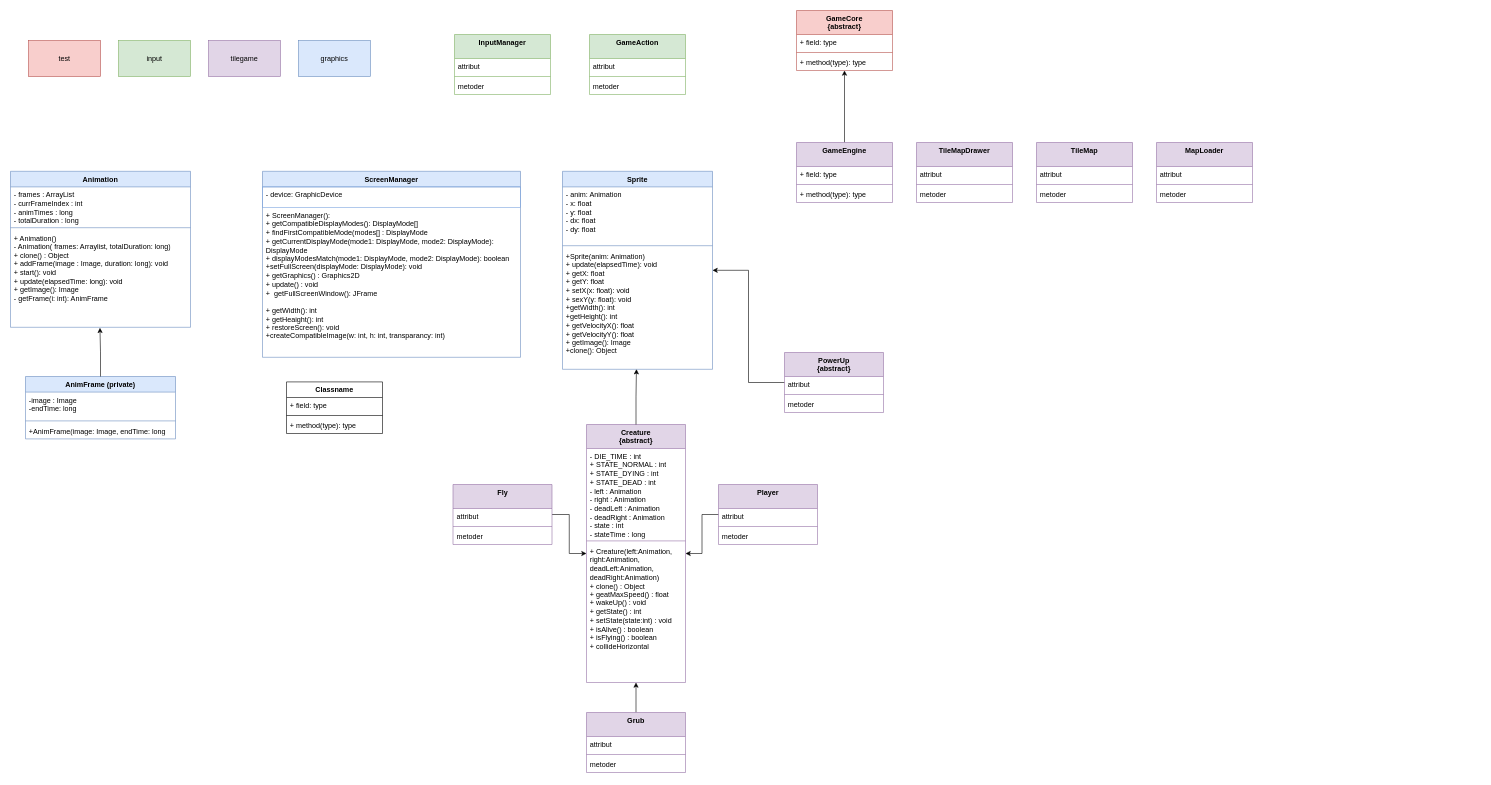
Before: 2D SMURFIO GAME UML.drawio in fritjofbakken/Super-Mario-Java-2D-Game, a draw.io diagram. Source tidied: cells renumbered, new cells numbered last; positions are measured from the earlier drawing's top-left corner, leaving out a move shared by most shapes. Both pictures are drawn from the tidied source at 60%, with x=0, y=0 at pixel (10, 10).
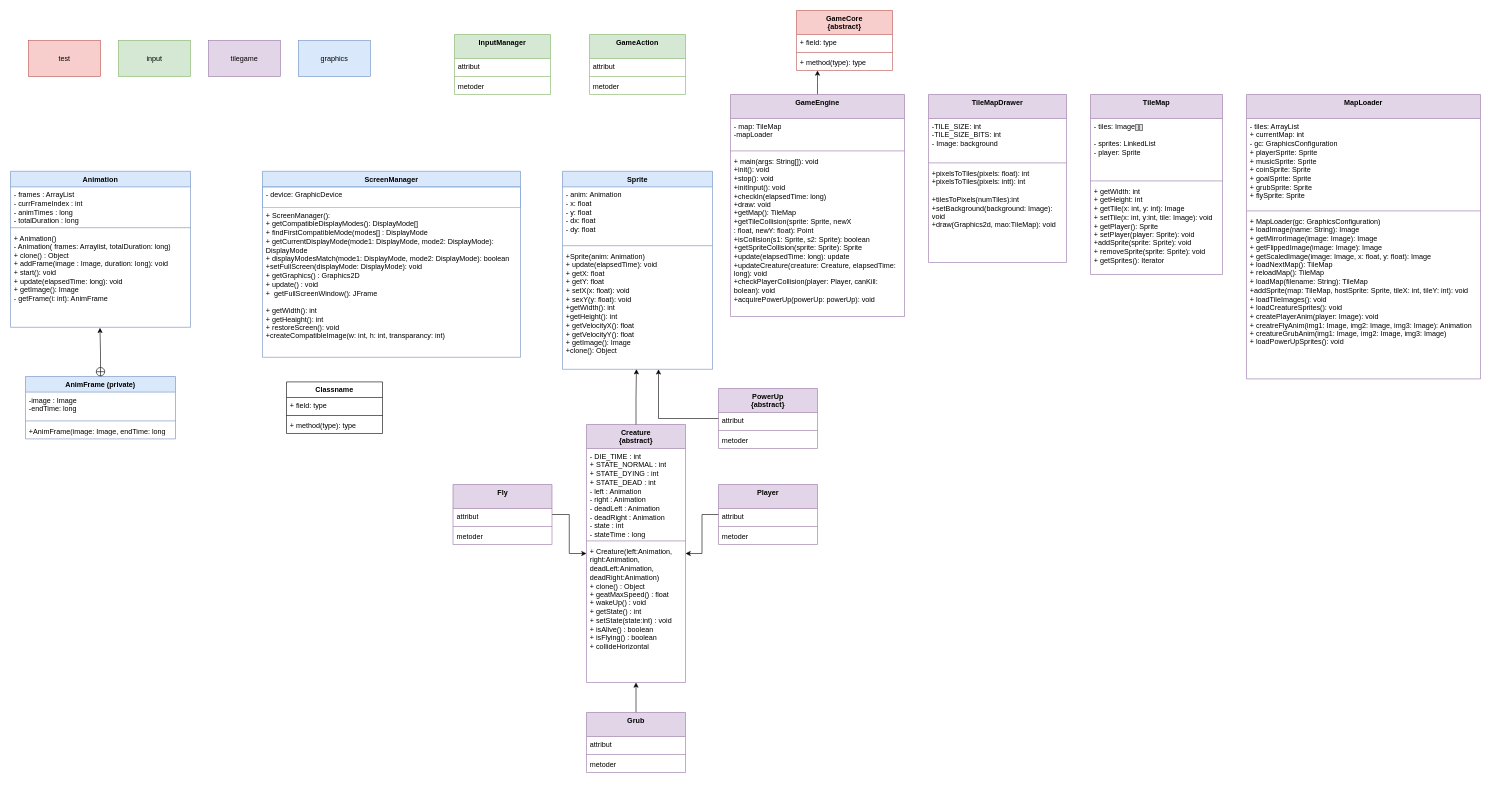
Above is the later version.

Unchanged cells that the change refers to:
```xml
<mxCell id="7" value="&lt;div&gt;GameCore&lt;/div&gt;&lt;div&gt;{abstract}&lt;br&gt;&lt;/div&gt;" style="swimlane;fontStyle=1;align=center;verticalAlign=top;horizontal=1;startSize=40;whiteSpace=wrap;html=1;fillColor=#f8cecc;strokeColor=#b85450;" parent="1" vertex="1">
  <mxGeometry x="1310" width="160" height="100" as="geometry" />
</mxCell>
<mxCell id="14" value="&lt;div&gt;+ Animation()&lt;/div&gt;&lt;div&gt;- Animation( frames: Arraylist, totalDuration: long)&lt;/div&gt;&lt;div&gt;+ clone() : Object&lt;/div&gt;&lt;div&gt;+ addFrame(image : Image, duration: long): void&lt;/div&gt;&lt;div&gt;+ start(): void&lt;/div&gt;&lt;div&gt;+ update(elapsedTime: long): void&lt;br&gt;&lt;/div&gt;&lt;div&gt;+ getImage(): Image&lt;/div&gt;&lt;div&gt;- getFrame(i: int): AnimFrame&lt;br&gt;&lt;/div&gt;&lt;div&gt;&lt;br&gt;&lt;/div&gt;&lt;div&gt;&lt;br&gt;&lt;/div&gt;&lt;div&gt;&lt;br&gt;&lt;/div&gt;" style="text;strokeColor=none;fillColor=none;align=left;verticalAlign=top;spacingLeft=4;spacingRight=4;overflow=hidden;points=[[0,0.5],[1,0.5]];portConstraint=eastwest;whiteSpace=wrap;html=1;" parent="11" vertex="1">
  <mxGeometry y="98" width="300" height="162" as="geometry" />
</mxCell>
<mxCell id="15" value="AnimFrame (private)" style="swimlane;fontStyle=1;align=center;verticalAlign=top;horizontal=1;startSize=26;whiteSpace=wrap;html=1;fillColor=#dae8fc;strokeColor=#6c8ebf;" parent="1" vertex="1">
  <mxGeometry x="25" y="610" width="250" height="104" as="geometry" />
</mxCell>
<mxCell id="23" value="Sprite" style="swimlane;fontStyle=1;align=center;verticalAlign=top;horizontal=1;startSize=26;whiteSpace=wrap;html=1;fillColor=#dae8fc;strokeColor=#6c8ebf;" parent="1" vertex="1">
  <mxGeometry x="920" y="268" width="250" height="330" as="geometry" />
</mxCell>
```

The edit, as a diff of the source:
```diff
@@
     <mxCell id="2" style="edgeStyle=orthogonalEdgeStyle;rounded=0;jettySize=auto;html=1;strokeColor=default;" parent="1" edge="1" source="3" target="7">
-      <mxGeometry relative="1" as="geometry" />
+      <mxGeometry relative="1" as="geometry">
+        <Array as="points">
+          <mxPoint x="1345" y="120" />
+          <mxPoint x="1345" y="120" />
+        </Array>
+      </mxGeometry>
     </mxCell>
     <mxCell id="3" value="GameEngine" style="swimlane;fontStyle=1;align=center;verticalAlign=top;horizontal=1;startSize=40;whiteSpace=wrap;html=1;fillColor=#e1d5e7;strokeColor=#9673a6;" parent="1" vertex="1">
-      <mxGeometry x="1310" y="220" width="160" height="100" as="geometry" />
+      <mxGeometry x="1200" y="140" width="290" height="370" as="geometry" />
     </mxCell>
-    <mxCell id="4" value="+ field: type" style="text;strokeColor=none;fillColor=none;align=left;verticalAlign=top;spacingLeft=4;spacingRight=4;overflow=hidden;whiteSpace=wrap;html=1;" parent="3" vertex="1">
-      <mxGeometry y="40" width="160" height="26" as="geometry" />
+    <mxCell id="4" value="&lt;div&gt;- map: TileMap&lt;/div&gt;-mapLoader" style="text;strokeColor=none;fillColor=none;align=left;verticalAlign=top;spacingLeft=4;spacingRight=4;overflow=hidden;whiteSpace=wrap;html=1;" parent="3" vertex="1">
+      <mxGeometry y="40" width="290" height="50" as="geometry" />
     </mxCell>
     <mxCell id="5" style="line;strokeWidth=1;fillColor=none;align=left;verticalAlign=middle;spacingTop=-1;spacingLeft=3;spacingRight=3;labelPosition=right;strokeColor=inherit;" parent="3" vertex="1">
-      <mxGeometry y="66" width="160" height="8" as="geometry" />
+      <mxGeometry y="90" width="290" height="8" as="geometry" />
     </mxCell>
-    <mxCell id="6" value="+ method(type): type" style="text;strokeColor=none;fillColor=none;align=left;verticalAlign=top;spacingLeft=4;spacingRight=4;overflow=hidden;whiteSpace=wrap;html=1;" parent="3" vertex="1">
-      <mxGeometry y="74" width="160" height="26" as="geometry" />
+    <mxCell id="6" value="&lt;div&gt;+ main(args: String[]): void&lt;br&gt;&lt;/div&gt;&lt;div&gt;+init(): void&lt;/div&gt;&lt;div&gt;+stop(): void&lt;/div&gt;&lt;div&gt;+initInput(): void&lt;/div&gt;&lt;div&gt;+checkIn(elapsedTime: long)&lt;/div&gt;&lt;div&gt;+draw: void&lt;/div&gt;&lt;div&gt;+getMap(): TileMap&lt;/div&gt;&lt;div&gt;+getTileCollision(sprite: Sprite, newX&lt;br&gt;&lt;/div&gt;&lt;div&gt;: float, newY: float): Point&lt;/div&gt;&lt;div&gt;+isCollision(s1: Sprite, s2: Sprite): boolean&lt;/div&gt;&lt;div&gt;+getSpriteCollision(sprite: Sprite): Sprite&lt;/div&gt;&lt;div&gt;+update(elapsedTime: long): update&lt;/div&gt;&lt;div&gt;+updateCreature(creature: Creature, elapsedTime: long): void&lt;br&gt;&lt;/div&gt;&lt;div&gt;+checkPlayerCollision(player: Player, canKill: bolean): void&lt;br&gt;&lt;/div&gt;+acquirePowerUp(powerUp: powerUp): void" style="text;strokeColor=none;fillColor=none;align=left;verticalAlign=top;spacingLeft=4;spacingRight=4;overflow=hidden;whiteSpace=wrap;html=1;" parent="3" vertex="1">
+      <mxGeometry y="98" width="290" height="272" as="geometry" />
     </mxCell>
@@
-    <mxCell id="19" style="edgeStyle=orthogonalEdgeStyle;rounded=0;jettySize=auto;html=1;entryX=0.497;entryY=1.005;entryDx=0;entryDy=0;entryPerimeter=0;" parent="1" edge="1" source="15" target="14">
+    <mxCell id="19" style="edgeStyle=orthogonalEdgeStyle;rounded=0;jettySize=auto;html=1;entryX=0.497;entryY=1.005;entryDx=0;entryDy=0;entryPerimeter=0;startArrow=circlePlus;startFill=0;" parent="1" edge="1" source="15" target="14">
       <mxGeometry relative="1" as="geometry" />
     </mxCell>
@@
     <mxCell id="27" value="MapLoader" style="swimlane;fontStyle=1;align=center;verticalAlign=top;horizontal=1;startSize=40;whiteSpace=wrap;html=1;fillColor=#e1d5e7;strokeColor=#9673a6;" parent="1" vertex="1">
-      <mxGeometry x="1910" y="220" width="160" height="100" as="geometry" />
+      <mxGeometry x="2060" y="140" width="390" height="474" as="geometry" />
     </mxCell>
-    <mxCell id="28" value="attribut" style="text;strokeColor=none;fillColor=none;align=left;verticalAlign=top;spacingLeft=4;spacingRight=4;overflow=hidden;whiteSpace=wrap;html=1;" parent="27" vertex="1">
-      <mxGeometry y="40" width="160" height="26" as="geometry" />
+    <mxCell id="28" value="&lt;div&gt;- tiles: ArrayList&lt;/div&gt;&lt;div&gt;+ currentMap: int&lt;/div&gt;&lt;div&gt;- gc: GraphicsConfiguration&lt;/div&gt;&lt;div&gt;+ playerSprite: Sprite&lt;/div&gt;&lt;div&gt;+ musicSprite: Sprite&lt;/div&gt;&lt;div&gt;+ coinSprite: Sprite&lt;/div&gt;&lt;div&gt;+ goalSprite: Sprite&lt;/div&gt;&lt;div&gt;+ grubSprite: Sprite&lt;/div&gt;&lt;div&gt;+ flySprite: Sprite&lt;/div&gt;" style="text;strokeColor=none;fillColor=none;align=left;verticalAlign=top;spacingLeft=4;spacingRight=4;overflow=hidden;whiteSpace=wrap;html=1;" parent="27" vertex="1">
+      <mxGeometry y="40" width="390" height="150" as="geometry" />
     </mxCell>
     <mxCell id="29" style="line;strokeWidth=1;fillColor=none;align=left;verticalAlign=middle;spacingTop=-1;spacingLeft=3;spacingRight=3;labelPosition=right;strokeColor=inherit;" parent="27" vertex="1">
-      <mxGeometry y="66" width="160" height="8" as="geometry" />
+      <mxGeometry y="190" width="390" height="8" as="geometry" />
     </mxCell>
-    <mxCell id="30" value="metoder" style="text;strokeColor=none;fillColor=none;align=left;verticalAlign=top;spacingLeft=4;spacingRight=4;overflow=hidden;whiteSpace=wrap;html=1;" parent="27" vertex="1">
-      <mxGeometry y="74" width="160" height="26" as="geometry" />
+    <mxCell id="30" value="&lt;div&gt;+ MapLoader(gc: GraphicsConfiguration)&lt;/div&gt;&lt;div&gt;+ loadImage(name: String): Image&lt;br&gt;&lt;/div&gt;&lt;div&gt;+ getMirrorImage(image: Image): Image&lt;br&gt;&lt;/div&gt;&lt;div&gt;+ getFlippedImage(image: Image): Image&lt;/div&gt;&lt;div&gt;+ getScaledImage(image: Image, x: float, y: float): Image&lt;/div&gt;&lt;div&gt;+ loadNextMap(): TileMap&lt;/div&gt;&lt;div&gt;+ reloadMap(): TileMap&lt;/div&gt;&lt;div&gt;+ loadMap(filename: String): TileMap&lt;/div&gt;&lt;div&gt;+addSprite(map: TileMap, hostSprite: Sprite, tileX: int, tileY: int): void&lt;/div&gt;&lt;div&gt;+ loadTileImages(): void&lt;/div&gt;&lt;div&gt;+ loadCreatureSprites(): void&lt;/div&gt;&lt;div&gt;+ createPlayerAnim(player: Image): void&lt;/div&gt;&lt;div&gt;+ creatreFlyAnim(img1: Image, img2: Image, img3: Image): Animation&lt;br&gt;&lt;/div&gt;&lt;div&gt;+ creatureGrubAnim(img1: Image, img2: Image, img3: Image)&lt;br&gt;&lt;/div&gt;&lt;div&gt;+ loadPowerUpSprites(): void&lt;br&gt;&lt;/div&gt;" style="text;strokeColor=none;fillColor=none;align=left;verticalAlign=top;spacingLeft=4;spacingRight=4;overflow=hidden;whiteSpace=wrap;html=1;" parent="27" vertex="1">
+      <mxGeometry y="198" width="390" height="276" as="geometry" />
     </mxCell>
     <mxCell id="31" value="TileMap" style="swimlane;fontStyle=1;align=center;verticalAlign=top;horizontal=1;startSize=40;whiteSpace=wrap;html=1;fillColor=#e1d5e7;strokeColor=#9673a6;" parent="1" vertex="1">
-      <mxGeometry x="1710" y="220" width="160" height="100" as="geometry" />
+      <mxGeometry x="1800" y="140" width="220" height="300" as="geometry" />
     </mxCell>
-    <mxCell id="32" value="attribut" style="text;strokeColor=none;fillColor=none;align=left;verticalAlign=top;spacingLeft=4;spacingRight=4;overflow=hidden;whiteSpace=wrap;html=1;" parent="31" vertex="1">
-      <mxGeometry y="40" width="160" height="26" as="geometry" />
+    <mxCell id="32" value="&lt;div&gt;- tiles: Image[][]&lt;/div&gt;&lt;div&gt;&lt;br&gt; &lt;/div&gt;&lt;div&gt;- sprites: LinkedList&lt;br&gt;&lt;/div&gt;&lt;div&gt;- player: Sprite&lt;/div&gt;&lt;div&gt;&lt;br&gt;&lt;/div&gt;" style="text;strokeColor=none;fillColor=none;align=left;verticalAlign=top;spacingLeft=4;spacingRight=4;overflow=hidden;whiteSpace=wrap;html=1;" parent="31" vertex="1">
+      <mxGeometry y="40" width="220" height="100" as="geometry" />
     </mxCell>
     <mxCell id="33" style="line;strokeWidth=1;fillColor=none;align=left;verticalAlign=middle;spacingTop=-1;spacingLeft=3;spacingRight=3;labelPosition=right;strokeColor=inherit;" parent="31" vertex="1">
-      <mxGeometry y="66" width="160" height="8" as="geometry" />
+      <mxGeometry y="140" width="220" height="8" as="geometry" />
     </mxCell>
-    <mxCell id="34" value="metoder" style="text;strokeColor=none;fillColor=none;align=left;verticalAlign=top;spacingLeft=4;spacingRight=4;overflow=hidden;whiteSpace=wrap;html=1;" parent="31" vertex="1">
-      <mxGeometry y="74" width="160" height="26" as="geometry" />
+    <mxCell id="34" value="&lt;div&gt;+ getWidth: int&lt;/div&gt;&lt;div&gt;+ getHeight: int&lt;/div&gt;&lt;div&gt;+ getTile(x: int, y: int): Image&lt;/div&gt;&lt;div&gt;+ setTile(x: int, y:int, tile: Image): void&lt;br&gt;&lt;/div&gt;&lt;div&gt;+ getPlayer(): Sprite&lt;/div&gt;&lt;div&gt;+ setPlayer(player: Sprite): void&lt;/div&gt;&lt;div&gt;+addSprite(sprite: Sprite): void&lt;/div&gt;&lt;div&gt;+ removeSprite(sprite: Sprite): void&lt;/div&gt;&lt;div&gt;+ getSprites(): Iterator&lt;br&gt;&lt;/div&gt;&lt;div&gt;&lt;br&gt;&lt;/div&gt;" style="text;strokeColor=none;fillColor=none;align=left;verticalAlign=top;spacingLeft=4;spacingRight=4;overflow=hidden;whiteSpace=wrap;html=1;" parent="31" vertex="1">
+      <mxGeometry y="148" width="220" height="152" as="geometry" />
     </mxCell>
     <mxCell id="35" value="TileMapDrawer" style="swimlane;fontStyle=1;align=center;verticalAlign=top;horizontal=1;startSize=40;whiteSpace=wrap;html=1;fillColor=#e1d5e7;strokeColor=#9673a6;" parent="1" vertex="1">
-      <mxGeometry x="1510" y="220" width="160" height="100" as="geometry" />
+      <mxGeometry x="1530" y="140" width="230" height="280" as="geometry" />
     </mxCell>
-    <mxCell id="36" value="attribut" style="text;strokeColor=none;fillColor=none;align=left;verticalAlign=top;spacingLeft=4;spacingRight=4;overflow=hidden;whiteSpace=wrap;html=1;" parent="35" vertex="1">
-      <mxGeometry y="40" width="160" height="26" as="geometry" />
+    <mxCell id="36" value="&lt;div&gt;-TILE_SIZE: int&lt;/div&gt;&lt;div&gt;-TILE_SIZE_BITS: int&lt;/div&gt;&lt;div&gt;- Image: background&lt;br&gt;&lt;/div&gt;" style="text;strokeColor=none;fillColor=none;align=left;verticalAlign=top;spacingLeft=4;spacingRight=4;overflow=hidden;whiteSpace=wrap;html=1;" parent="35" vertex="1">
+      <mxGeometry y="40" width="230" height="70" as="geometry" />
     </mxCell>
     <mxCell id="37" style="line;strokeWidth=1;fillColor=none;align=left;verticalAlign=middle;spacingTop=-1;spacingLeft=3;spacingRight=3;labelPosition=right;strokeColor=inherit;" parent="35" vertex="1">
-      <mxGeometry y="66" width="160" height="8" as="geometry" />
+      <mxGeometry y="110" width="230" height="8" as="geometry" />
     </mxCell>
-    <mxCell id="38" value="metoder" style="text;strokeColor=none;fillColor=none;align=left;verticalAlign=top;spacingLeft=4;spacingRight=4;overflow=hidden;whiteSpace=wrap;html=1;" parent="35" vertex="1">
-      <mxGeometry y="74" width="160" height="26" as="geometry" />
+    <mxCell id="38" value="&lt;div&gt;+pixelsToTiles(pixels: float): int&lt;/div&gt;&lt;div&gt;&lt;div&gt;+pixelsToTiles(pixels: intt): int&lt;/div&gt;&lt;/div&gt;&lt;div&gt;&lt;br&gt;&lt;/div&gt;&lt;div&gt;+tilesToPixels(numTiles):int&lt;/div&gt;&lt;div&gt;+setBackground(background: Image): void&lt;/div&gt;&lt;div&gt;+draw(Graphics2d, mao:TileMap): void&lt;br&gt;&lt;/div&gt;&lt;div&gt;&lt;br&gt;&lt;/div&gt;" style="text;strokeColor=none;fillColor=none;align=left;verticalAlign=top;spacingLeft=4;spacingRight=4;overflow=hidden;whiteSpace=wrap;html=1;" parent="35" vertex="1">
+      <mxGeometry y="118" width="230" height="162" as="geometry" />
     </mxCell>
@@
     <mxCell id="59" style="edgeStyle=orthogonalEdgeStyle;rounded=0;jettySize=auto;html=1;" parent="1" edge="1" source="60" target="23">
-      <mxGeometry relative="1" as="geometry" />
+      <mxGeometry relative="1" as="geometry">
+        <Array as="points">
+          <mxPoint x="1080" y="680" />
+        </Array>
+      </mxGeometry>
     </mxCell>
     <mxCell id="60" value="&lt;div&gt;PowerUp &lt;br&gt;&lt;/div&gt;&lt;div&gt;{abstract}&lt;br&gt;&lt;/div&gt;" style="swimlane;fontStyle=1;align=center;verticalAlign=top;horizontal=1;startSize=40;whiteSpace=wrap;html=1;fillColor=#e1d5e7;strokeColor=#9673a6;" parent="1" vertex="1">
-      <mxGeometry x="1290" y="570" width="165" height="100" as="geometry" />
+      <mxGeometry x="1180" y="630" width="165" height="100" as="geometry" />
     </mxCell>
```
